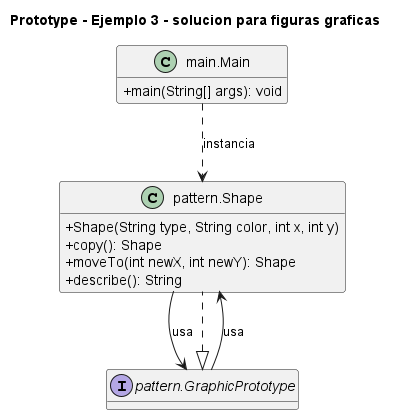
Above: 1. Creacionales/Prototype/Ejemplo 3 - solucion para figuras graficas/UML.png in NicoCG32/Patrones-de-Software-y-Programacion-UCN (PlantUML), before the change. Source of this version:
```plantuml
@startuml
title Prototype - Ejemplo 3 - solucion para figuras graficas
skinparam classAttributeIconSize 0
hide empty fields
class "main.Main" as main_Main {
  +main(String[] args): void
}
interface "pattern.GraphicPrototype" as pattern_GraphicPrototype {
}
class "pattern.Shape" as pattern_Shape {
  +Shape(String type, String color, int x, int y)
  +copy(): Shape
  +moveTo(int newX, int newY): Shape
  +describe(): String
}
pattern_GraphicPrototype <|.. pattern_Shape
main_Main ..> pattern_Shape : instancia
pattern_GraphicPrototype --> pattern_Shape : usa
pattern_Shape --> pattern_GraphicPrototype : usa
@enduml
```
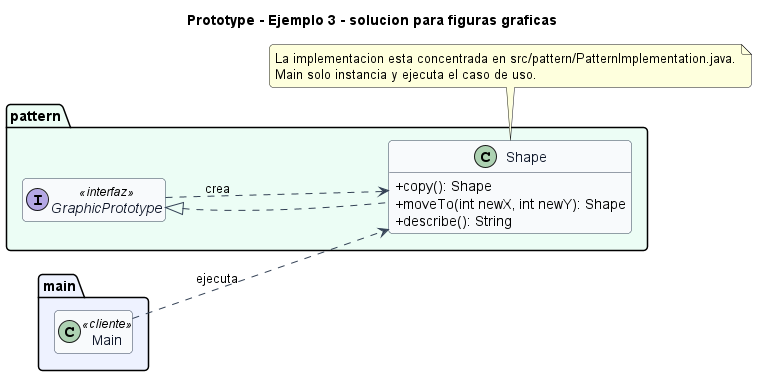
Above is the later version.

What changed in the source:
```diff
@@ -1,20 +1,38 @@
 @startuml
 title Prototype - Ejemplo 3 - solucion para figuras graficas
+left to right direction
+skinparam backgroundColor #FFFFFF
+skinparam shadowing false
+skinparam roundcorner 8
 skinparam classAttributeIconSize 0
-hide empty fields
-class "main.Main" as main_Main {
-  +main(String[] args): void
+skinparam class {
+  BackgroundColor #F8FAFC
+  BorderColor #334155
+  ArrowColor #334155
+  FontColor #0F172A
 }
-interface "pattern.GraphicPrototype" as pattern_GraphicPrototype {
+hide empty members
+
+package "main" #EEF2FF {
+  class Main <<cliente>>
 }
-class "pattern.Shape" as pattern_Shape {
-  +Shape(String type, String color, int x, int y)
-  +copy(): Shape
-  +moveTo(int newX, int newY): Shape
-  +describe(): String
+
+package "pattern" #ECFDF5 {
+  interface GraphicPrototype <<interfaz>> {
+  }
+  class Shape {
+    +copy(): Shape
+    +moveTo(int newX, int newY): Shape
+    +describe(): String
+  }
 }
-pattern_GraphicPrototype <|.. pattern_Shape
-main_Main ..> pattern_Shape : instancia
-pattern_GraphicPrototype --> pattern_Shape : usa
-pattern_Shape --> pattern_GraphicPrototype : usa
+
+GraphicPrototype <|.. Shape
+GraphicPrototype ..> Shape : crea
+Main ..> Shape : ejecuta
+
+note bottom
+La implementacion esta concentrada en src/pattern/PatternImplementation.java.
+Main solo instancia y ejecuta el caso de uso.
+end note
 @enduml
```
